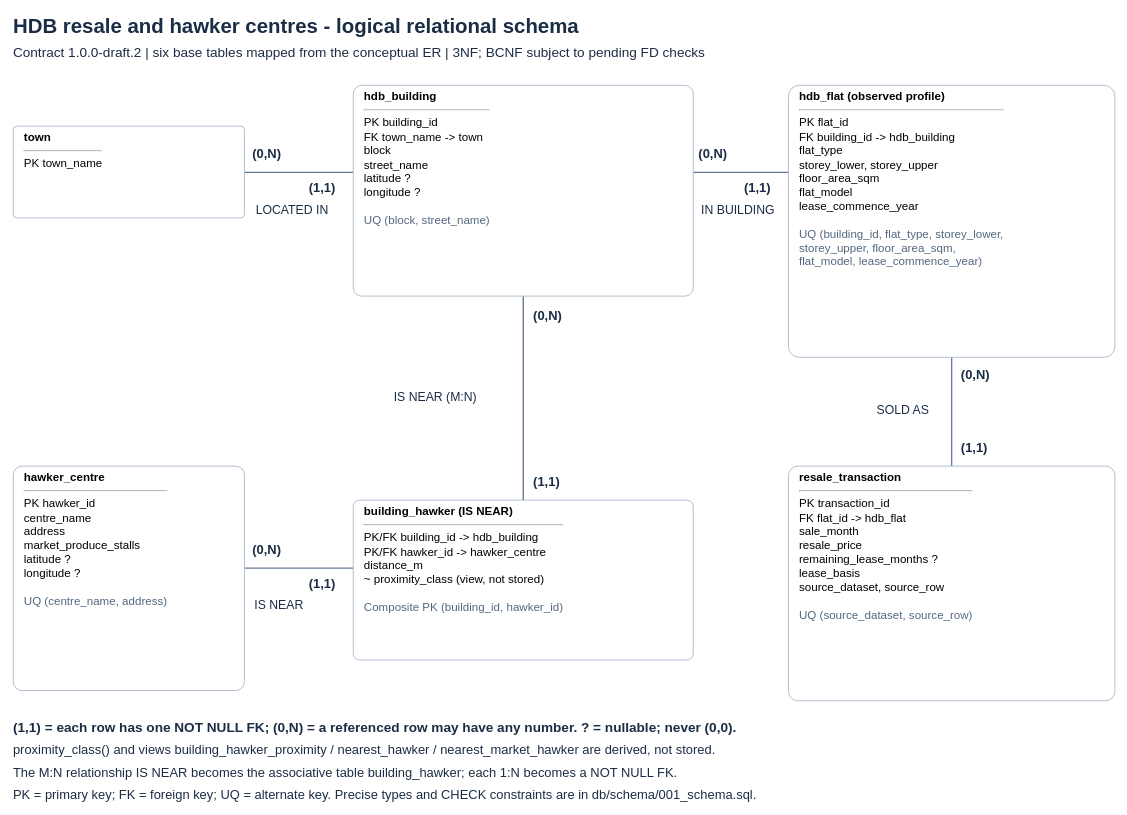
Above: docs/architecture/er_diagram.drawio in NoCodesMatter/DS6105 (draw.io), before the change. Source tidied: cells renumbered, new cells numbered last; positions are measured from the earlier drawing's top-left corner, leaving out a move shared by most shapes. Both pictures are drawn from the tidied source at 68%, with x=0, y=0 at pixel (12, 12).
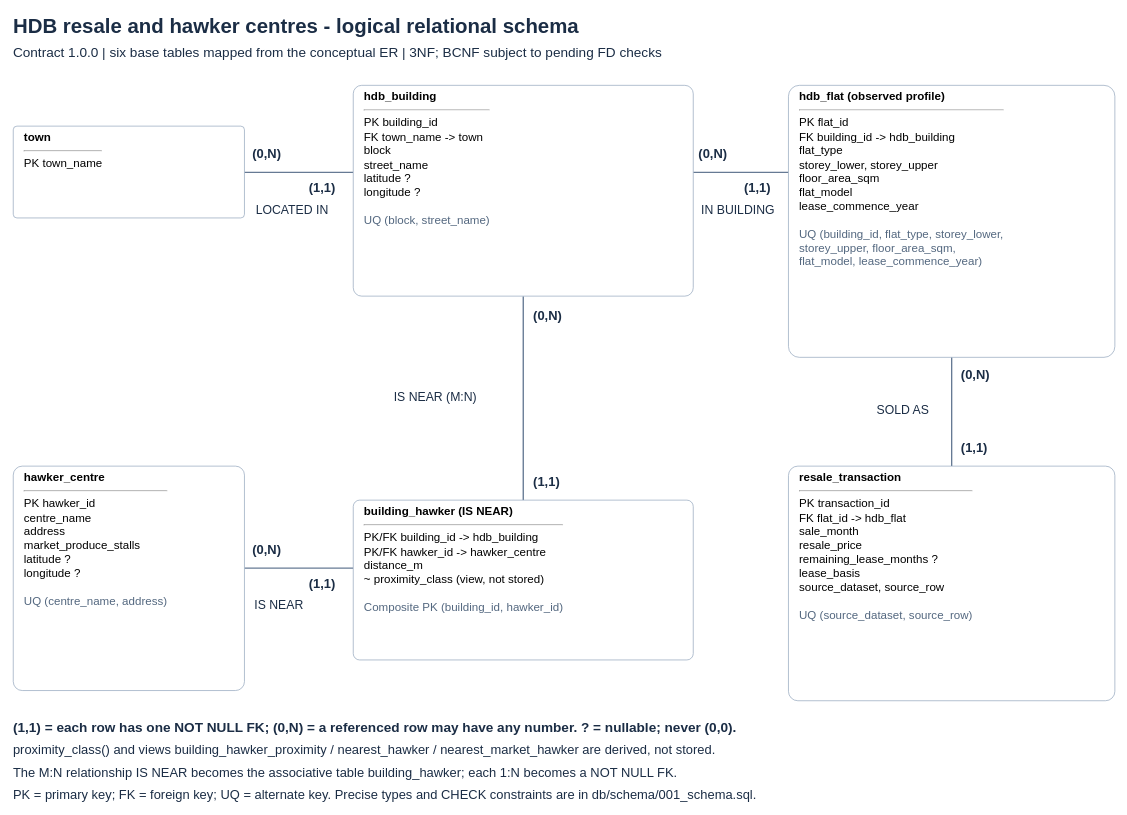
Above is the later version.

Commit message (it also covers changes not shown here):
docs: update ER diagrams for contract 1.0.0

Change to the diagram source:
```diff
@@
-    <mxCell id="8" value="Contract 1.0.0-draft.2 | six base tables mapped from the conceptual ER | 3NF; BCNF subject to pending FD checks" style="text;html=1;align=left;verticalAlign=middle;fontSize=20;fontColor=#1b2d45;fontStyle=0;" parent="1" vertex="1">
-      <mxGeometry y="45" width="1211" height="28" as="geometry" />
+    <mxCell id="8" value="Contract 1.0.0 | six base tables mapped from the conceptual ER | 3NF; BCNF subject to pending FD checks" style="text;html=1;align=left;verticalAlign=middle;fontSize=20;fontColor=#1b2d45;fontStyle=0;" parent="1" vertex="1">
+      <mxGeometry y="45" width="1124" height="28" as="geometry" />
     </mxCell>
```
